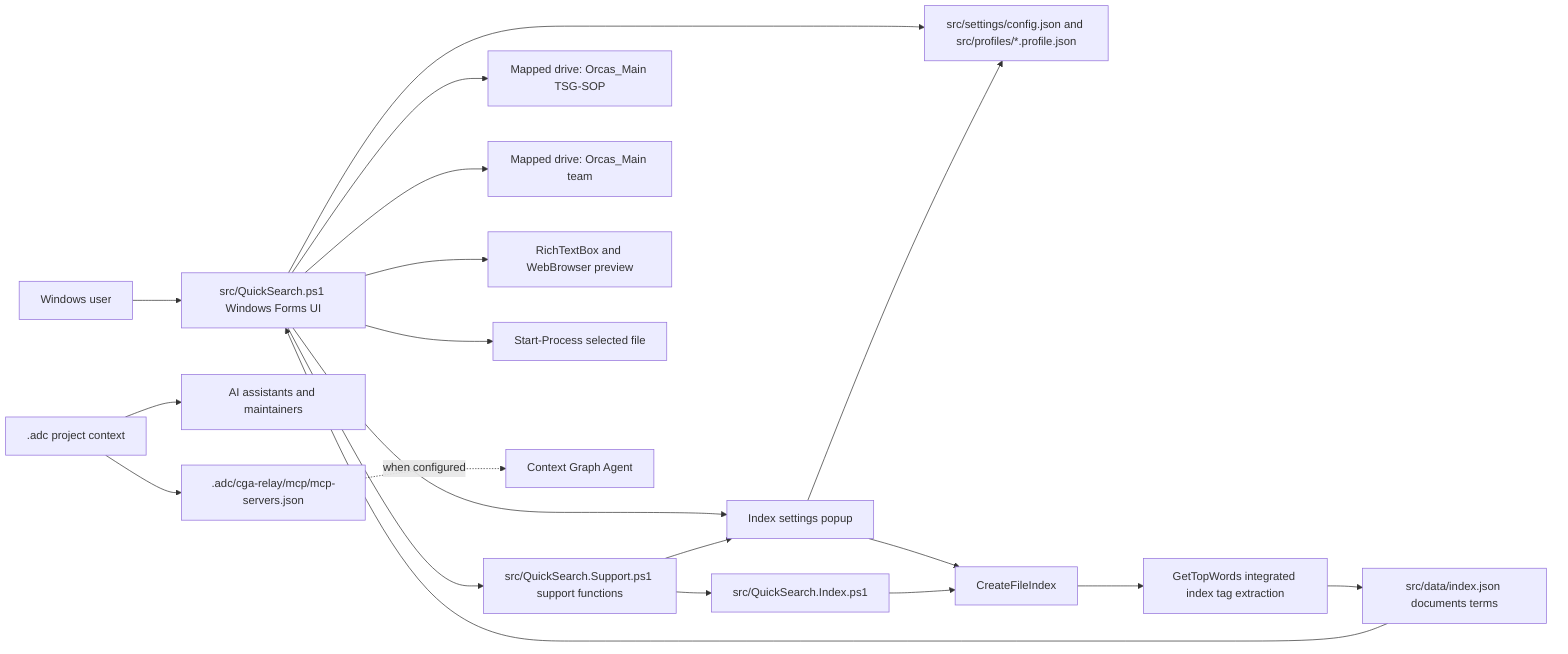
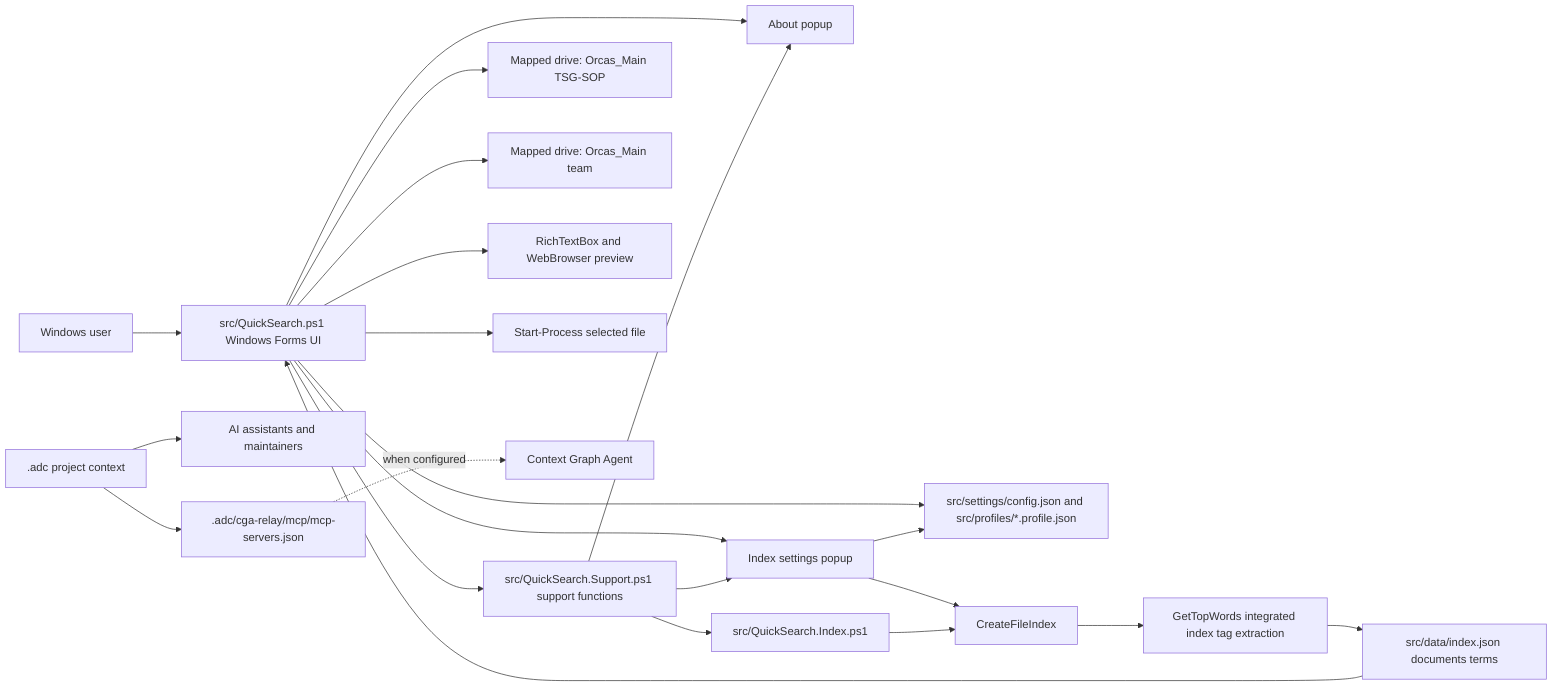
flowchart LR
  User[Windows user] --> SearchUI[src/QuickSearch.ps1 Windows Forms UI]
  SearchUI --> Support[src/QuickSearch.Support.ps1 support functions]
  SearchUI --> Config[src/settings/config.json and src/profiles/*.profile.json]
+   SearchUI --> AboutPopup[About popup]
+   Support --> AboutPopup
  SearchUI --> IndexSettingsUi[Index settings popup]
  Support --> IndexSettingsUi
  IndexSettingsUi --> Config
  SearchUI --> TsgDrive[Mapped drive: Orcas_Main TSG-SOP]
  SearchUI --> TeamDrive[Mapped drive: Orcas_Main team]
  SearchUI --> Preview[RichTextBox and WebBrowser preview]
  SearchUI --> ShellOpen[Start-Process selected file]
  IndexSettingsUi --> Indexer[CreateFileIndex]
  Support --> IndexModule[src/QuickSearch.Index.ps1]
  IndexModule --> Indexer
  Indexer --> TagExtractor[GetTopWords integrated index tag extraction]
  TagExtractor --> GeneratedIndex[src/data/index.json documents terms]
  GeneratedIndex --> SearchUI
  ADC[.adc project context] --> Agents[AI assistants and maintainers]
  ADC --> CgaProfile[.adc/cga-relay/mcp/mcp-servers.json]
  CgaProfile -. when configured .-> CGA[Context Graph Agent]
